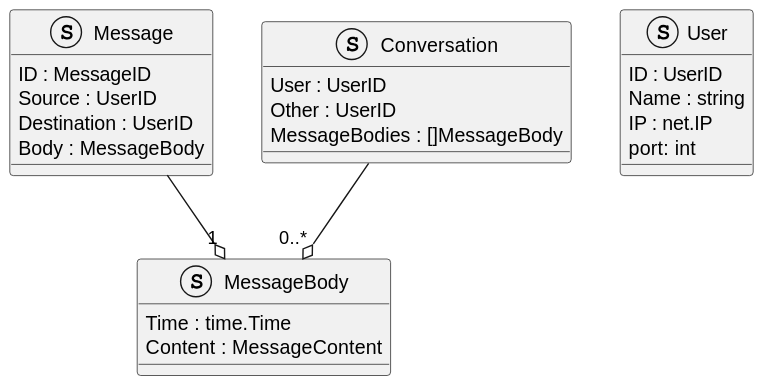
Earlier version of the PlantUML export exercice_2/plantuml/class.svg (scanim-valentin/training-restful-go). Its diagram source:
```plantuml
@startuml
struct Message{
    ID : MessageID
    Source : UserID
    Destination : UserID
    Body : MessageBody
}

struct MessageBody{
    Time : time.Time
    Content : MessageContent
}

struct User{
    ID : UserID
    Name : string
    IP : net.IP
    port: int
}

struct Conversation{
    User : UserID
    Other : UserID
    MessageBodies : []MessageBody
}

Conversation --o "0..*" MessageBody
Message --o "1" MessageBody
@enduml
```
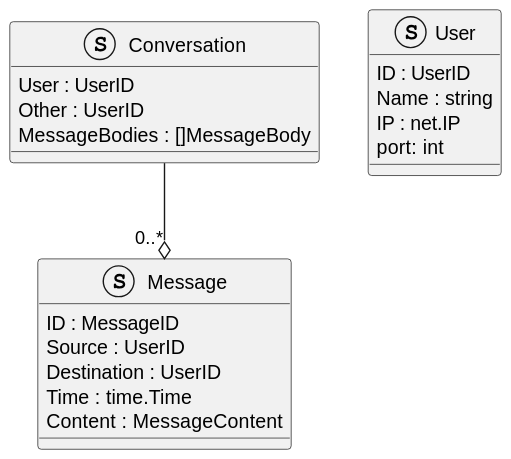
The same file after the commit.

The edit, as a diff of the source:
```diff
@@ -3,10 +3,6 @@
     ID : MessageID
     Source : UserID
     Destination : UserID
-    Body : MessageBody
-}
-
-struct MessageBody{
     Time : time.Time
     Content : MessageContent
 }
@@ -24,6 +20,5 @@
     MessageBodies : []MessageBody
 }
 
-Conversation --o "0..*" MessageBody
-Message --o "1" MessageBody
+Conversation --o "0..*" Message
 @enduml
```
